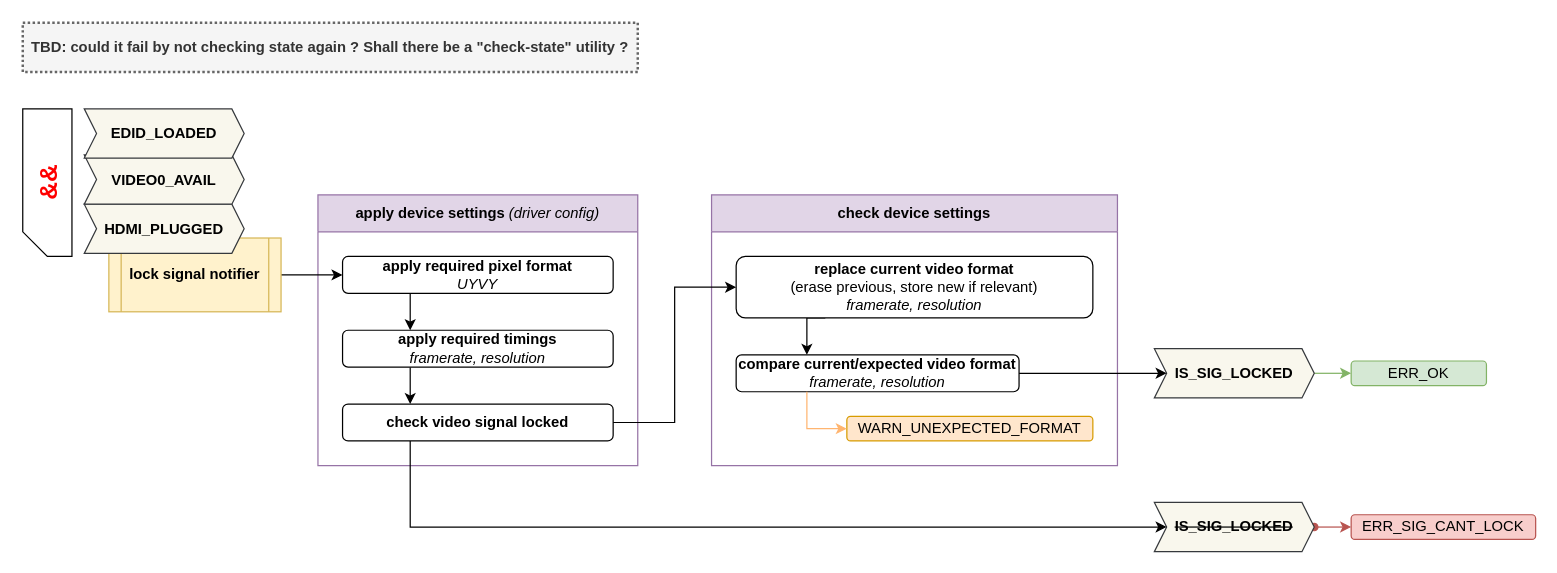
Before: page "lock-signal-notifier" (6 of 10) of docs/arch/arch.drawio in repeact/embedded-sw, a draw.io diagram. Source tidied: cells renumbered, new cells numbered last; positions are measured from the earlier drawing's top-left corner, leaving out a move shared by most shapes. Both pictures are drawn from the tidied source at 123%, with x=0, y=0 at pixel (-27, 22).
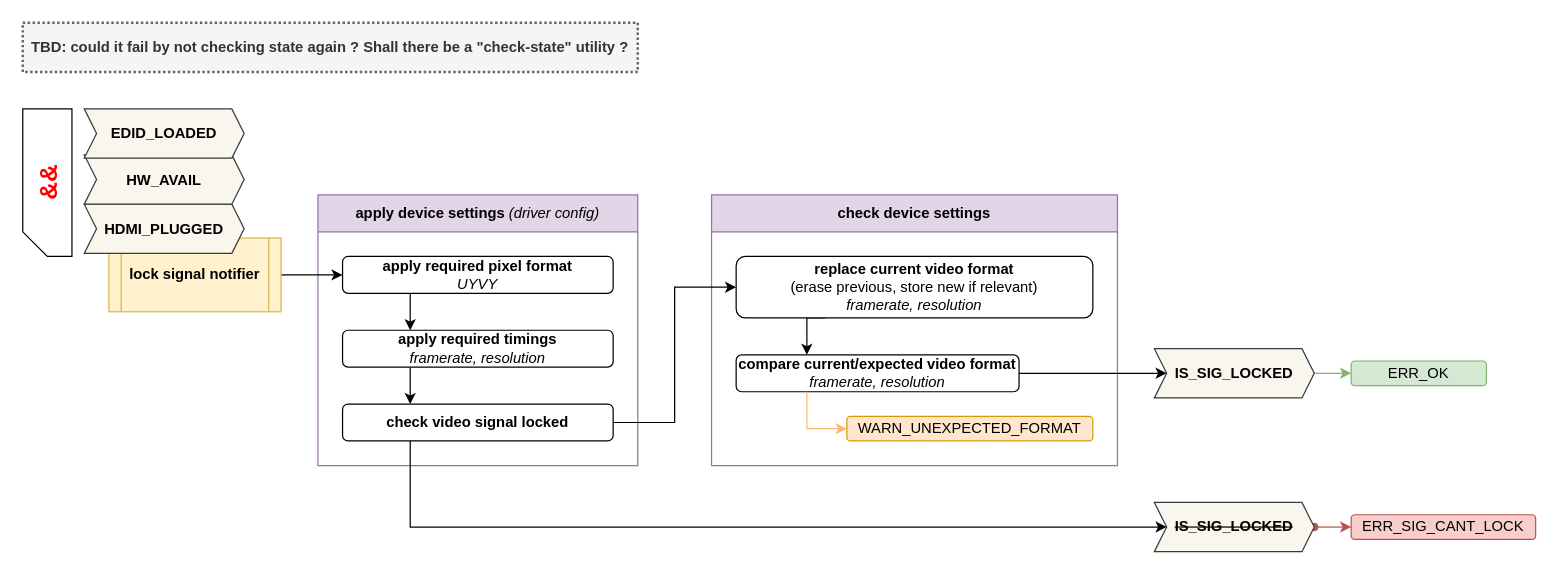
After the change.

Commit message (it also covers changes not shown here):
docs(arch): simplify VIDEO0_AVAIL flag to HW_AVAIL

This commit also embeds some renaming on the hw status notifier arch.

Diff of the diagram source:
```diff
@@
-    <mxCell id="18" value="&lt;b&gt;VIDEO0_AVAIL&lt;/b&gt;" style="shape=step;perimeter=stepPerimeter;whiteSpace=wrap;html=1;fixedSize=1;size=10;fillColor=#f9f7ed;strokeColor=#36393d;" parent="1" vertex="1">
+    <mxCell id="18" value="&lt;b&gt;HW_AVAIL&lt;/b&gt;" style="shape=step;perimeter=stepPerimeter;whiteSpace=wrap;html=1;fixedSize=1;size=10;fillColor=#f9f7ed;strokeColor=#36393d;" parent="1" vertex="1">
       <mxGeometry x="90" y="107.5" width="130" height="40" as="geometry" />
     </mxCell>
```
